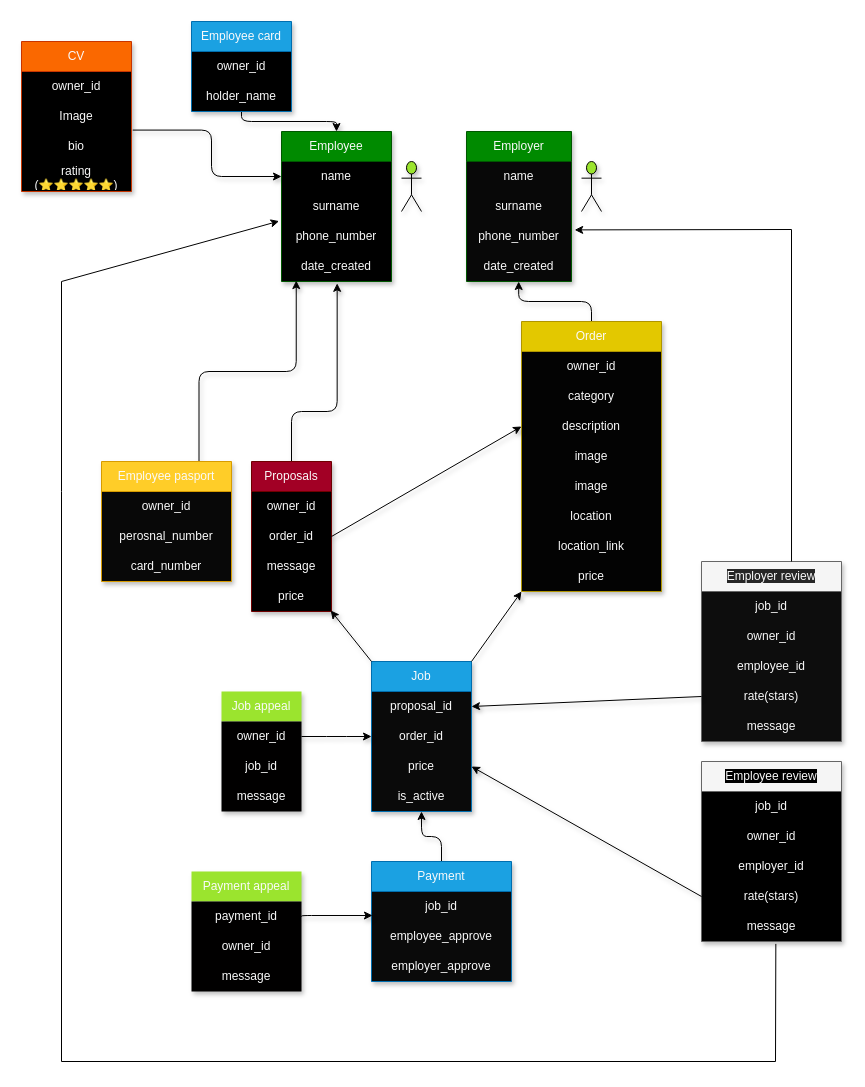
Earlier version of the draw.io diagram draw.drawio (Labbay-Hizmatizda/Employer-bot-telegram). Source tidied: cells renumbered, new cells numbered last; positions are measured from the earlier drawing's top-left corner, leaving out a move shared by most shapes. Both pictures are drawn from the tidied source at 100%, with x=0, y=0 at pixel (21, 21).
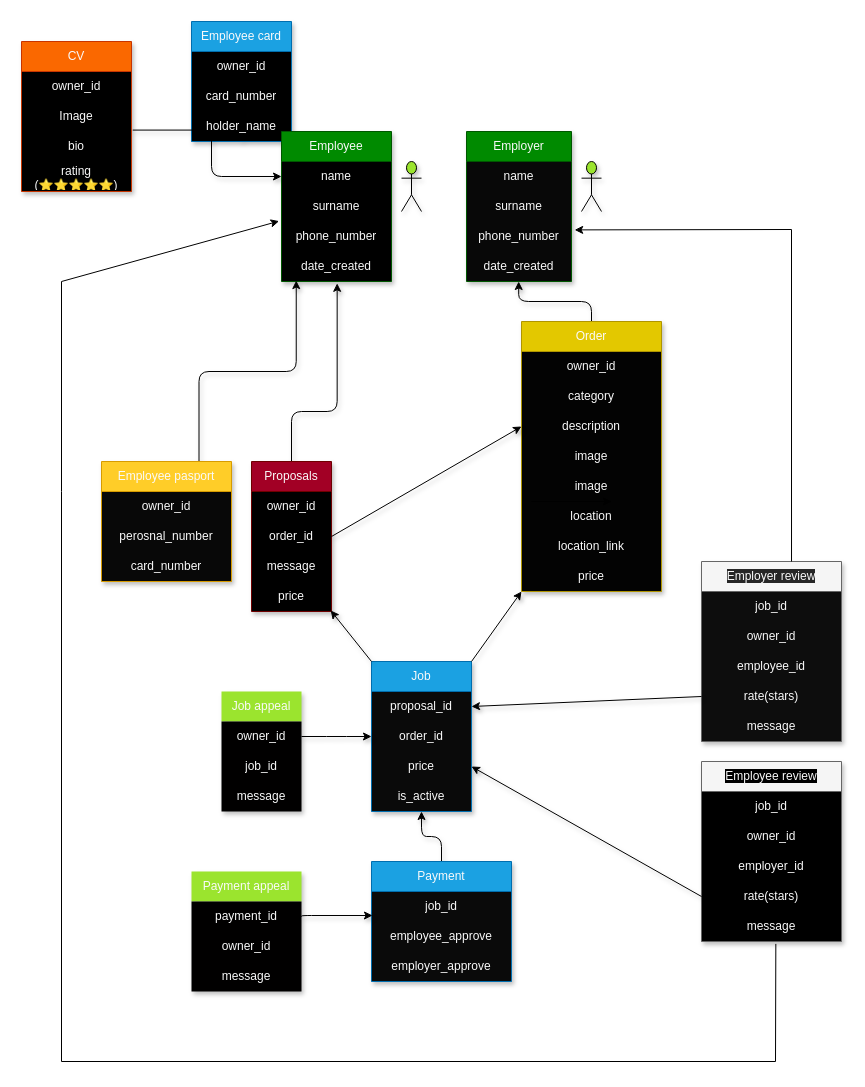
Above is the later version.

Change to the diagram source:
```diff
@@
     <mxCell id="3" value="Employee card" style="swimlane;fontStyle=0;horizontal=1;startSize=30;whiteSpace=wrap;html=1;fillColor=#1ba1e2;fontColor=#fafafa;strokeColor=#006EAF;gradientColor=none;swimlaneFillColor=#000000;align=center;labelBackgroundColor=none;shadow=1;" parent="1" vertex="1">
-      <mxGeometry x="170" width="100" height="90" as="geometry" />
+      <mxGeometry x="170" width="100" height="120" as="geometry" />
     </mxCell>
@@
+    <mxCell id="85" value="card_number" style="text;strokeColor=none;fillColor=none;align=center;verticalAlign=middle;spacingLeft=4;spacingRight=4;overflow=hidden;whiteSpace=wrap;html=1;labelBackgroundColor=none;fontColor=#fafafa;shadow=1;" parent="3" vertex="1">
+      <mxGeometry y="60" width="100" height="30" as="geometry" />
+    </mxCell>
     <mxCell id="5" value="holder_name" style="text;strokeColor=none;fillColor=none;align=center;verticalAlign=middle;spacingLeft=4;spacingRight=4;overflow=hidden;whiteSpace=wrap;html=1;labelBackgroundColor=none;fontColor=#fafafa;shadow=1;" parent="3" vertex="1">
-      <mxGeometry y="60" width="100" height="30" as="geometry" />
+      <mxGeometry y="90" width="100" height="30" as="geometry" />
     </mxCell>
@@
+    <mxCell id="86" style="edgeStyle=none;orthogonalLoop=1;jettySize=auto;html=1;rounded=0;" parent="1" edge="1">
+      <mxGeometry relative="1" as="geometry">
+        <mxPoint x="510" y="480" as="sourcePoint" />
+        <mxPoint x="590" y="480" as="targetPoint" />
+      </mxGeometry>
+    </mxCell>
```
